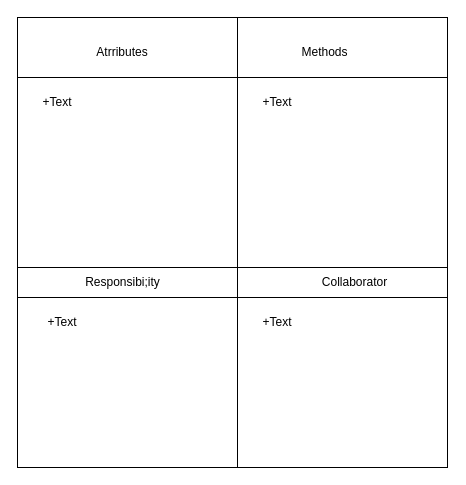
fiercePanda007/SPL2-EcommerceWebApp keeps this draw.io diagram as Software-Requirement-Specification/Class-Based-Modeling/CRC/Level-1.1.drawio. Above is the earlier version. Source tidied: cells renumbered, new cells numbered last; positions are measured from the earlier drawing's top-left corner, leaving out a move shared by most shapes. Both pictures are drawn from the tidied source at 100%, with x=0, y=0 at pixel (17, 17).
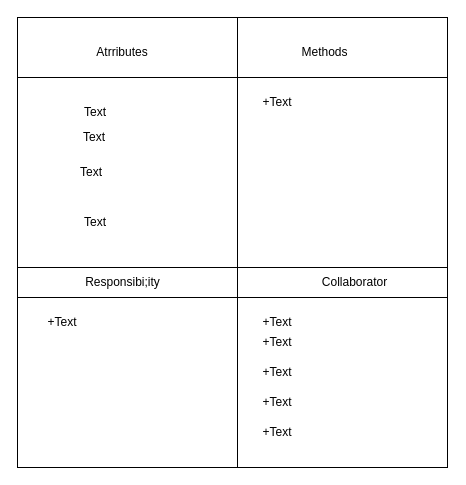
The same diagram, later.

Change to the diagram source:
```diff
@@
-    <mxCell id="9" value="+Text" style="text;html=1;strokeColor=none;fillColor=none;align=center;verticalAlign=middle;whiteSpace=wrap;rounded=0;" parent="1" vertex="1">
-      <mxGeometry x="10" y="70" width="60" height="30" as="geometry" />
-    </mxCell>
@@
+    <mxCell id="13" value="Text" style="text;html=1;strokeColor=none;fillColor=none;align=center;verticalAlign=middle;whiteSpace=wrap;rounded=0;" parent="1" vertex="1">
+      <mxGeometry x="48" y="80" width="60" height="30" as="geometry" />
+    </mxCell>
+    <mxCell id="14" value="Text" style="text;html=1;strokeColor=none;fillColor=none;align=center;verticalAlign=middle;whiteSpace=wrap;rounded=0;" parent="1" vertex="1">
+      <mxGeometry x="44" y="100" width="66" height="40" as="geometry" />
+    </mxCell>
+    <mxCell id="15" value="Text" style="text;html=1;strokeColor=none;fillColor=none;align=center;verticalAlign=middle;whiteSpace=wrap;rounded=0;" parent="1" vertex="1">
+      <mxGeometry x="48" y="140" width="52" height="30" as="geometry" />
+    </mxCell>
+    <mxCell id="16" value="Text" style="text;html=1;strokeColor=none;fillColor=none;align=center;verticalAlign=middle;whiteSpace=wrap;rounded=0;" parent="1" vertex="1">
+      <mxGeometry x="52" y="190" width="52" height="30" as="geometry" />
+    </mxCell>
+    <mxCell id="17" value="+Text" style="text;html=1;strokeColor=none;fillColor=none;align=center;verticalAlign=middle;whiteSpace=wrap;rounded=0;" parent="1" vertex="1">
+      <mxGeometry x="230" y="310" width="60" height="30" as="geometry" />
+    </mxCell>
+    <mxCell id="18" value="+Text" style="text;html=1;strokeColor=none;fillColor=none;align=center;verticalAlign=middle;whiteSpace=wrap;rounded=0;" parent="1" vertex="1">
+      <mxGeometry x="230" y="340" width="60" height="30" as="geometry" />
+    </mxCell>
+    <mxCell id="19" value="+Text" style="text;html=1;strokeColor=none;fillColor=none;align=center;verticalAlign=middle;whiteSpace=wrap;rounded=0;" parent="1" vertex="1">
+      <mxGeometry x="230" y="400" width="60" height="30" as="geometry" />
+    </mxCell>
+    <mxCell id="20" value="+Text" style="text;html=1;strokeColor=none;fillColor=none;align=center;verticalAlign=middle;whiteSpace=wrap;rounded=0;" parent="1" vertex="1">
+      <mxGeometry x="230" y="370" width="60" height="30" as="geometry" />
+    </mxCell>
```
